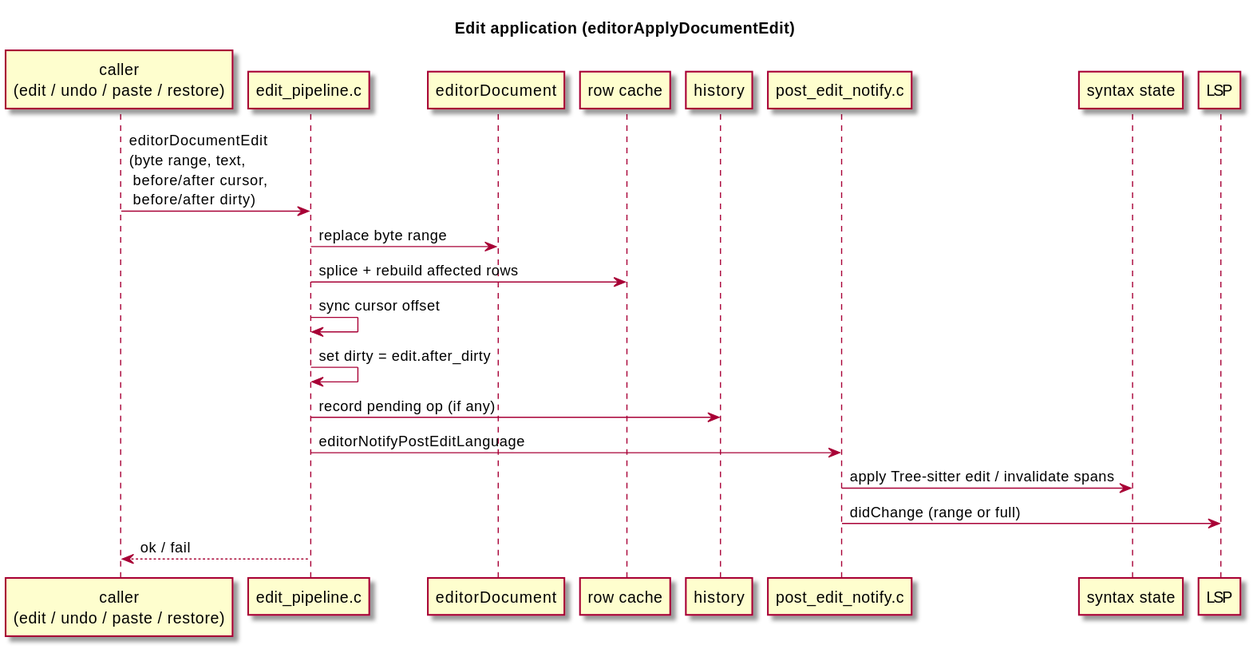
The PlantUML diagram docs/diagrams/svg/edit-flow.svg in kokkoniemi/rotide, before a commit. Its source is kept beside it as docs/diagrams/src/edit-flow.puml.
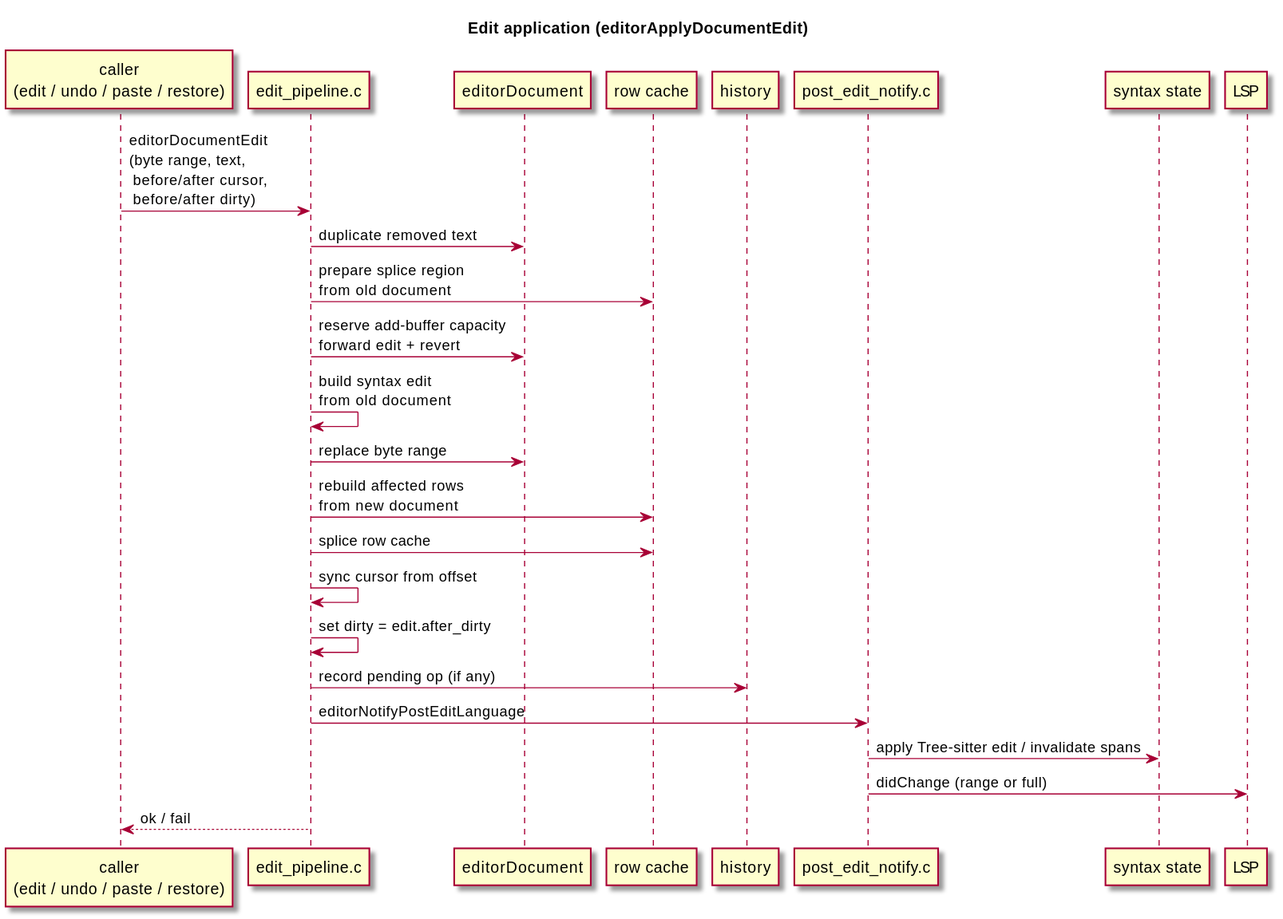
Later version of the same file.

Change to the diagram source:
```diff
@@ -13,9 +13,14 @@
 participant "LSP" as lsp
 
 input -> pipe : editorDocumentEdit\n(byte range, text,\n before/after cursor,\n before/after dirty)
+pipe -> doc : duplicate removed text
+pipe -> rows : prepare splice region\nfrom old document
+pipe -> doc : reserve add-buffer capacity\nforward edit + revert
+pipe -> pipe : build syntax edit\nfrom old document
 pipe -> doc : replace byte range
-pipe -> rows : splice + rebuild affected rows
-pipe -> pipe : sync cursor offset
+pipe -> rows : rebuild affected rows\nfrom new document
+pipe -> rows : splice row cache
+pipe -> pipe : sync cursor from offset
 pipe -> pipe : set dirty = edit.after_dirty
 pipe -> history : record pending op (if any)
 pipe -> notify : editorNotifyPostEditLanguage
```
